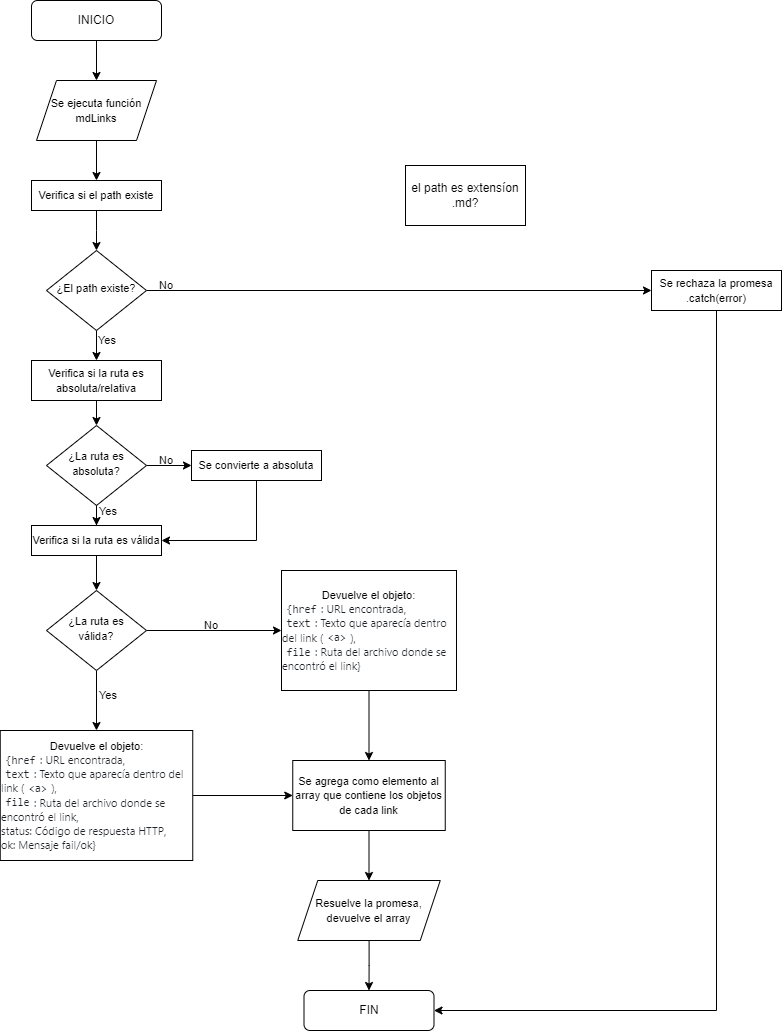
Aurapinilla/DEV009-md-links keeps this draw.io diagram as mdLinks Flow.drawio.png. Above is the earlier version. Source tidied: cells renumbered, new cells last; positions are measured from the earlier drawing's top-left corner, leaving out a move shared by most shapes.
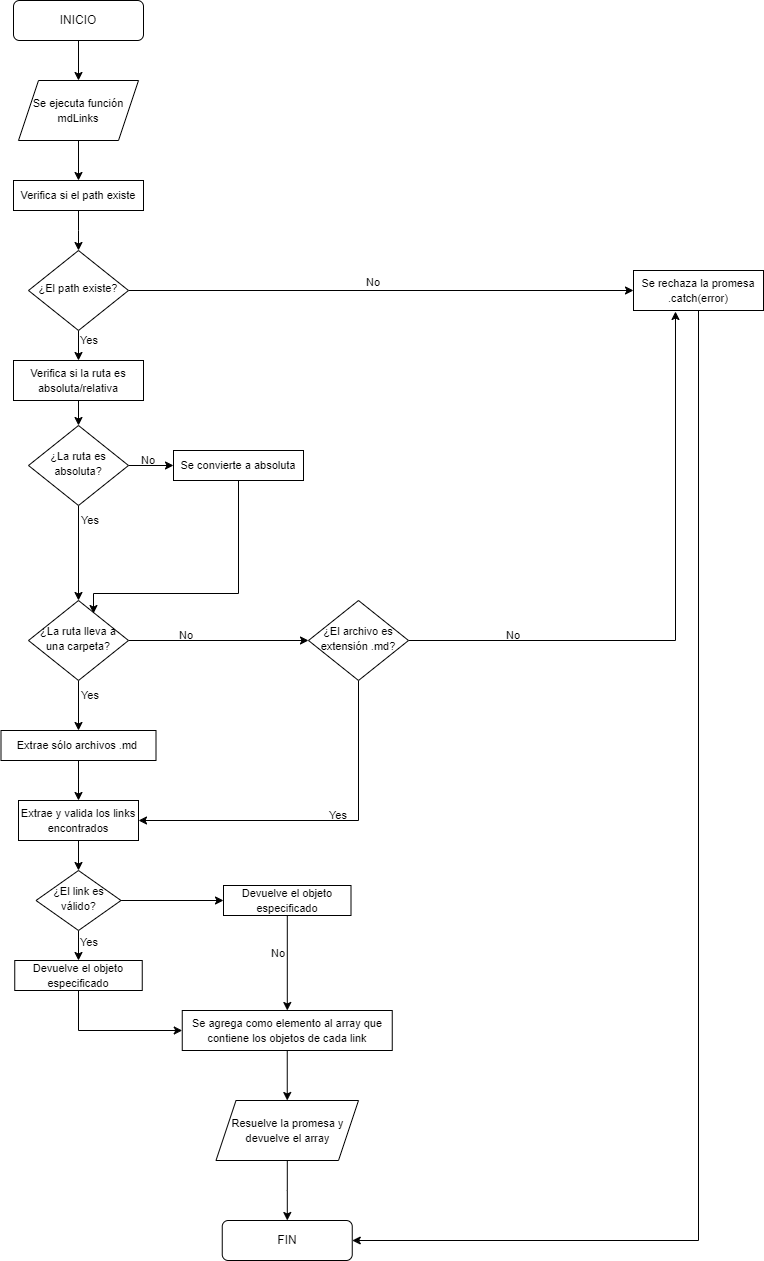
The same file after the commit.

What changed in the source:
```diff
@@ -46,53 +46,51 @@
     <mxCell id="15" style="edgeStyle=orthogonalEdgeStyle;rounded=0;jettySize=auto;html=1;" parent="1" edge="1" source="17" target="19">
       <mxGeometry relative="1" as="geometry" />
     </mxCell>
-    <mxCell id="16" style="edgeStyle=orthogonalEdgeStyle;rounded=0;jettySize=auto;html=1;" parent="1" edge="1" source="17" target="21">
-      <mxGeometry relative="1" as="geometry" />
-    </mxCell>
+    <mxCell id="41" style="edgeStyle=orthogonalEdgeStyle;rounded=0;jettySize=auto;html=1;exitX=0.5;exitY=1;exitDx=0;exitDy=0;entryX=0.5;entryY=0;entryDx=0;entryDy=0;" parent="1" edge="1" source="17" target="28">
+      <mxGeometry relative="1" as="geometry" />
+    </mxCell>
     <mxCell id="17" value="&lt;font style=&quot;font-size: 11px;&quot;&gt;¿La ruta es absoluta?&lt;/font&gt;" style="rhombus;whiteSpace=wrap;html=1;shadow=0;fontFamily=Helvetica;fontSize=12;align=center;strokeWidth=1;spacing=6;spacingTop=-4;" parent="1" vertex="1">
       <mxGeometry x="46" y="425" width="100" height="80" as="geometry" />
     </mxCell>
-    <mxCell id="18" style="edgeStyle=orthogonalEdgeStyle;rounded=0;jettySize=auto;html=1;entryX=1;entryY=0.5;entryDx=0;entryDy=0;exitX=0.5;exitY=1;exitDx=0;exitDy=0;" parent="1" edge="1" source="19" target="21">
-      <mxGeometry relative="1" as="geometry" />
+    <mxCell id="18" style="edgeStyle=orthogonalEdgeStyle;rounded=0;jettySize=auto;html=1;entryX=0.65;entryY=0.163;entryDx=0;entryDy=0;exitX=0.5;exitY=1;exitDx=0;exitDy=0;entryPerimeter=0;" parent="1" edge="1" source="19" target="28">
+      <mxGeometry relative="1" as="geometry">
+        <Array as="points">
+          <mxPoint x="256" y="593" />
+        </Array>
+      </mxGeometry>
     </mxCell>
     <mxCell id="19" value="&lt;font style=&quot;font-size: 11px;&quot;&gt;Se convierte a absoluta&lt;/font&gt;" style="rounded=0;whiteSpace=wrap;html=1;" parent="1" vertex="1">
       <mxGeometry x="191" y="450" width="130" height="30" as="geometry" />
     </mxCell>
-    <mxCell id="20" style="edgeStyle=orthogonalEdgeStyle;rounded=0;jettySize=auto;html=1;" parent="1" edge="1" source="21" target="28">
-      <mxGeometry relative="1" as="geometry" />
-    </mxCell>
-    <mxCell id="21" value="&lt;font style=&quot;font-size: 11px;&quot;&gt;Verifica si la ruta es válida&lt;/font&gt;" style="rounded=0;whiteSpace=wrap;html=1;" parent="1" vertex="1">
-      <mxGeometry x="31" y="525" width="130" height="30" as="geometry" />
-    </mxCell>
     <mxCell id="22" value="&lt;font style=&quot;font-size: 11px;&quot;&gt;Yes&lt;/font&gt;" style="text;html=1;strokeColor=none;fillColor=none;align=center;verticalAlign=middle;whiteSpace=wrap;rounded=0;" parent="1" vertex="1">
       <mxGeometry x="77" y="325" width="60" height="30" as="geometry" />
     </mxCell>
     <mxCell id="23" value="&lt;font style=&quot;font-size: 11px;&quot;&gt;Yes&lt;/font&gt;" style="text;html=1;strokeColor=none;fillColor=none;align=center;verticalAlign=middle;whiteSpace=wrap;rounded=0;" parent="1" vertex="1">
-      <mxGeometry x="78" y="496" width="60" height="30" as="geometry" />
+      <mxGeometry x="78" y="505" width="60" height="30" as="geometry" />
     </mxCell>
     <mxCell id="24" value="&lt;font style=&quot;font-size: 11px;&quot;&gt;No&lt;/font&gt;" style="text;html=1;strokeColor=none;fillColor=none;align=center;verticalAlign=middle;whiteSpace=wrap;rounded=0;" parent="1" vertex="1">
       <mxGeometry x="136" y="445" width="60" height="30" as="geometry" />
     </mxCell>
     <mxCell id="25" value="&lt;font style=&quot;font-size: 11px;&quot;&gt;No&lt;/font&gt;" style="text;html=1;strokeColor=none;fillColor=none;align=center;verticalAlign=middle;whiteSpace=wrap;rounded=0;" parent="1" vertex="1">
-      <mxGeometry x="136" y="270" width="60" height="30" as="geometry" />
+      <mxGeometry x="361" y="267" width="60" height="30" as="geometry" />
     </mxCell>
     <mxCell id="26" style="edgeStyle=orthogonalEdgeStyle;rounded=0;jettySize=auto;html=1;" parent="1" edge="1" source="28" target="30">
       <mxGeometry relative="1" as="geometry" />
     </mxCell>
-    <mxCell id="27" style="edgeStyle=orthogonalEdgeStyle;rounded=0;jettySize=auto;html=1;exitX=0.5;exitY=1;exitDx=0;exitDy=0;entryX=0.5;entryY=0;entryDx=0;entryDy=0;" parent="1" edge="1" source="28" target="34">
-      <mxGeometry relative="1" as="geometry" />
-    </mxCell>
+    <mxCell id="42" style="edgeStyle=orthogonalEdgeStyle;rounded=0;jettySize=auto;html=1;entryX=0;entryY=0.5;entryDx=0;entryDy=0;" parent="1" edge="1" source="28" target="46">
+      <mxGeometry relative="1" as="geometry" />
+    </mxCell>
-    <mxCell id="28" value="&lt;font style=&quot;font-size: 11px;&quot;&gt;¿La ruta es válida?&lt;/font&gt;" style="rhombus;whiteSpace=wrap;html=1;shadow=0;fontFamily=Helvetica;fontSize=12;align=center;strokeWidth=1;spacing=6;spacingTop=-4;" parent="1" vertex="1">
-      <mxGeometry x="46" y="590" width="100" height="80" as="geometry" />
+    <mxCell id="28" value="&lt;font style=&quot;font-size: 11px;&quot;&gt;¿La ruta lleva a una carpeta?&lt;/font&gt;" style="rhombus;whiteSpace=wrap;html=1;shadow=0;fontFamily=Helvetica;fontSize=12;align=center;strokeWidth=1;spacing=6;spacingTop=-4;" parent="1" vertex="1">
+      <mxGeometry x="46" y="600" width="100" height="80" as="geometry" />
     </mxCell>
-    <mxCell id="29" style="edgeStyle=orthogonalEdgeStyle;rounded=0;jettySize=auto;html=1;entryX=0.5;entryY=0;entryDx=0;entryDy=0;" parent="1" edge="1" source="30" target="36">
-      <mxGeometry relative="1" as="geometry" />
-    </mxCell>
+    <mxCell id="43" style="edgeStyle=orthogonalEdgeStyle;rounded=0;jettySize=auto;html=1;entryX=0.5;entryY=0;entryDx=0;entryDy=0;" parent="1" edge="1" source="30" target="49">
+      <mxGeometry relative="1" as="geometry" />
+    </mxCell>
-    <mxCell id="30" value="&lt;font style=&quot;font-size: 11px;&quot;&gt;Devuelve el objeto:&lt;br&gt;&lt;div style=&quot;text-align: left;&quot;&gt;&lt;code style=&quot;background-color: var(--bgColor-neutral-muted, var(--color-neutral-muted)); color: rgb(31, 35, 40); box-sizing: border-box; font-family: ui-monospace, SFMono-Regular, &amp;quot;SF Mono&amp;quot;, Menlo, Consolas, &amp;quot;Liberation Mono&amp;quot;, monospace; padding: 0.2em 0.4em; margin: 0px; border-radius: 6px;&quot;&gt;{href&lt;/code&gt;&lt;span style=&quot;background-color: rgb(255, 255, 255); color: rgb(31, 35, 40); font-family: -apple-system, BlinkMacSystemFont, &amp;quot;Segoe UI&amp;quot;, &amp;quot;Noto Sans&amp;quot;, Helvetica, Arial, sans-serif, &amp;quot;Apple Color Emoji&amp;quot;, &amp;quot;Segoe UI Emoji&amp;quot;;&quot;&gt;: URL encontrada,&lt;/span&gt;&lt;/div&gt;&lt;div style=&quot;text-align: left;&quot;&gt;&lt;code style=&quot;background-color: var(--bgColor-neutral-muted, var(--color-neutral-muted)); color: rgb(31, 35, 40); box-sizing: border-box; font-family: ui-monospace, SFMono-Regular, &amp;quot;SF Mono&amp;quot;, Menlo, Consolas, &amp;quot;Liberation Mono&amp;quot;, monospace; padding: 0.2em 0.4em; margin: 0px; border-radius: 6px;&quot;&gt;text&lt;/code&gt;&lt;span style=&quot;background-color: rgb(255, 255, 255); color: rgb(31, 35, 40); font-family: -apple-system, BlinkMacSystemFont, &amp;quot;Segoe UI&amp;quot;, &amp;quot;Noto Sans&amp;quot;, Helvetica, Arial, sans-serif, &amp;quot;Apple Color Emoji&amp;quot;, &amp;quot;Segoe UI Emoji&amp;quot;;&quot;&gt;: Texto que aparecía dentro del link (&lt;/span&gt;&lt;code style=&quot;background-color: var(--bgColor-neutral-muted, var(--color-neutral-muted)); color: rgb(31, 35, 40); box-sizing: border-box; font-family: ui-monospace, SFMono-Regular, &amp;quot;SF Mono&amp;quot;, Menlo, Consolas, &amp;quot;Liberation Mono&amp;quot;, monospace; padding: 0.2em 0.4em; margin: 0px; border-radius: 6px;&quot;&gt;&amp;lt;a&amp;gt;&lt;/code&gt;&lt;span style=&quot;background-color: rgb(255, 255, 255); color: rgb(31, 35, 40); font-family: -apple-system, BlinkMacSystemFont, &amp;quot;Segoe UI&amp;quot;, &amp;quot;Noto Sans&amp;quot;, Helvetica, Arial, sans-serif, &amp;quot;Apple Color Emoji&amp;quot;, &amp;quot;Segoe UI Emoji&amp;quot;;&quot;&gt;),&lt;/span&gt;&lt;/div&gt;&lt;div style=&quot;text-align: left;&quot;&gt;&lt;code style=&quot;background-color: var(--bgColor-neutral-muted, var(--color-neutral-muted)); color: rgb(31, 35, 40); box-sizing: border-box; font-family: ui-monospace, SFMono-Regular, &amp;quot;SF Mono&amp;quot;, Menlo, Consolas, &amp;quot;Liberation Mono&amp;quot;, monospace; padding: 0.2em 0.4em; margin: 0px; border-radius: 6px;&quot;&gt;file&lt;/code&gt;&lt;span style=&quot;background-color: rgb(255, 255, 255); color: rgb(31, 35, 40); font-family: -apple-system, BlinkMacSystemFont, &amp;quot;Segoe UI&amp;quot;, &amp;quot;Noto Sans&amp;quot;, Helvetica, Arial, sans-serif, &amp;quot;Apple Color Emoji&amp;quot;, &amp;quot;Segoe UI Emoji&amp;quot;;&quot;&gt;: Ruta del archivo donde se encontró el link}&lt;/span&gt;&lt;/div&gt;&lt;/font&gt;" style="rounded=0;whiteSpace=wrap;html=1;" parent="1" vertex="1">
-      <mxGeometry x="281" y="570" width="175" height="120" as="geometry" />
+    <mxCell id="30" value="&lt;span style=&quot;font-size: 11px;&quot;&gt;Extrae sólo archivos .md&amp;nbsp;&lt;/span&gt;" style="rounded=0;whiteSpace=wrap;html=1;" parent="1" vertex="1">
+      <mxGeometry x="18.5" y="730" width="155" height="30" as="geometry" />
     </mxCell>
     <mxCell id="31" value="&lt;font style=&quot;font-size: 11px;&quot;&gt;No&lt;/font&gt;" style="text;html=1;strokeColor=none;fillColor=none;align=center;verticalAlign=middle;whiteSpace=wrap;rounded=0;" parent="1" vertex="1">
-      <mxGeometry x="181" y="610" width="60" height="30" as="geometry" />
+      <mxGeometry x="173.5" y="620" width="60" height="30" as="geometry" />
     </mxCell>
     <mxCell id="32" value="&lt;font style=&quot;font-size: 11px;&quot;&gt;Yes&lt;/font&gt;" style="text;html=1;strokeColor=none;fillColor=none;align=center;verticalAlign=middle;whiteSpace=wrap;rounded=0;" parent="1" vertex="1">
       <mxGeometry x="78" y="680" width="60" height="30" as="geometry" />
@@ -100,26 +98,69 @@
     <mxCell id="33" style="edgeStyle=orthogonalEdgeStyle;rounded=0;jettySize=auto;html=1;" parent="1" edge="1" source="34" target="36">
       <mxGeometry relative="1" as="geometry" />
     </mxCell>
-    <mxCell id="34" value="&lt;font style=&quot;font-size: 11px;&quot;&gt;Devuelve el objeto:&lt;br&gt;&lt;div style=&quot;text-align: left;&quot;&gt;&lt;code style=&quot;background-color: var(--bgColor-neutral-muted, var(--color-neutral-muted)); color: rgb(31, 35, 40); box-sizing: border-box; font-family: ui-monospace, SFMono-Regular, &amp;quot;SF Mono&amp;quot;, Menlo, Consolas, &amp;quot;Liberation Mono&amp;quot;, monospace; padding: 0.2em 0.4em; margin: 0px; border-radius: 6px;&quot;&gt;{href&lt;/code&gt;&lt;span style=&quot;background-color: rgb(255, 255, 255); color: rgb(31, 35, 40); font-family: -apple-system, BlinkMacSystemFont, &amp;quot;Segoe UI&amp;quot;, &amp;quot;Noto Sans&amp;quot;, Helvetica, Arial, sans-serif, &amp;quot;Apple Color Emoji&amp;quot;, &amp;quot;Segoe UI Emoji&amp;quot;;&quot;&gt;: URL encontrada,&lt;/span&gt;&lt;/div&gt;&lt;div style=&quot;text-align: left;&quot;&gt;&lt;code style=&quot;background-color: var(--bgColor-neutral-muted, var(--color-neutral-muted)); color: rgb(31, 35, 40); box-sizing: border-box; font-family: ui-monospace, SFMono-Regular, &amp;quot;SF Mono&amp;quot;, Menlo, Consolas, &amp;quot;Liberation Mono&amp;quot;, monospace; padding: 0.2em 0.4em; margin: 0px; border-radius: 6px;&quot;&gt;text&lt;/code&gt;&lt;span style=&quot;background-color: rgb(255, 255, 255); color: rgb(31, 35, 40); font-family: -apple-system, BlinkMacSystemFont, &amp;quot;Segoe UI&amp;quot;, &amp;quot;Noto Sans&amp;quot;, Helvetica, Arial, sans-serif, &amp;quot;Apple Color Emoji&amp;quot;, &amp;quot;Segoe UI Emoji&amp;quot;;&quot;&gt;: Texto que aparecía dentro del link (&lt;/span&gt;&lt;code style=&quot;background-color: var(--bgColor-neutral-muted, var(--color-neutral-muted)); color: rgb(31, 35, 40); box-sizing: border-box; font-family: ui-monospace, SFMono-Regular, &amp;quot;SF Mono&amp;quot;, Menlo, Consolas, &amp;quot;Liberation Mono&amp;quot;, monospace; padding: 0.2em 0.4em; margin: 0px; border-radius: 6px;&quot;&gt;&amp;lt;a&amp;gt;&lt;/code&gt;&lt;span style=&quot;background-color: rgb(255, 255, 255); color: rgb(31, 35, 40); font-family: -apple-system, BlinkMacSystemFont, &amp;quot;Segoe UI&amp;quot;, &amp;quot;Noto Sans&amp;quot;, Helvetica, Arial, sans-serif, &amp;quot;Apple Color Emoji&amp;quot;, &amp;quot;Segoe UI Emoji&amp;quot;;&quot;&gt;),&lt;/span&gt;&lt;/div&gt;&lt;div style=&quot;text-align: left;&quot;&gt;&lt;code style=&quot;background-color: var(--bgColor-neutral-muted, var(--color-neutral-muted)); color: rgb(31, 35, 40); box-sizing: border-box; font-family: ui-monospace, SFMono-Regular, &amp;quot;SF Mono&amp;quot;, Menlo, Consolas, &amp;quot;Liberation Mono&amp;quot;, monospace; padding: 0.2em 0.4em; margin: 0px; border-radius: 6px;&quot;&gt;file&lt;/code&gt;&lt;span style=&quot;background-color: rgb(255, 255, 255); color: rgb(31, 35, 40); font-family: -apple-system, BlinkMacSystemFont, &amp;quot;Segoe UI&amp;quot;, &amp;quot;Noto Sans&amp;quot;, Helvetica, Arial, sans-serif, &amp;quot;Apple Color Emoji&amp;quot;, &amp;quot;Segoe UI Emoji&amp;quot;;&quot;&gt;: Ruta del archivo donde se encontró el link,&lt;/span&gt;&lt;/div&gt;&lt;div style=&quot;text-align: left;&quot;&gt;&lt;span style=&quot;background-color: rgb(255, 255, 255); color: rgb(31, 35, 40); font-family: -apple-system, BlinkMacSystemFont, &amp;quot;Segoe UI&amp;quot;, &amp;quot;Noto Sans&amp;quot;, Helvetica, Arial, sans-serif, &amp;quot;Apple Color Emoji&amp;quot;, &amp;quot;Segoe UI Emoji&amp;quot;;&quot;&gt;status: Código de respuesta HTTP,&lt;/span&gt;&lt;/div&gt;&lt;div style=&quot;text-align: left;&quot;&gt;&lt;span style=&quot;background-color: rgb(255, 255, 255); color: rgb(31, 35, 40); font-family: -apple-system, BlinkMacSystemFont, &amp;quot;Segoe UI&amp;quot;, &amp;quot;Noto Sans&amp;quot;, Helvetica, Arial, sans-serif, &amp;quot;Apple Color Emoji&amp;quot;, &amp;quot;Segoe UI Emoji&amp;quot;;&quot;&gt;ok: Mensaje fail/ok}&lt;/span&gt;&lt;/div&gt;&lt;/font&gt;" style="rounded=0;whiteSpace=wrap;html=1;" parent="1" vertex="1">
-      <mxGeometry x="-0.2" y="730" width="192.5" height="130" as="geometry" />
+    <mxCell id="34" value="&lt;span style=&quot;font-size: 11px;&quot;&gt;Devuelve el objeto especificado&lt;/span&gt;" style="rounded=0;whiteSpace=wrap;html=1;" parent="1" vertex="1">
+      <mxGeometry x="241" y="885" width="127.5" height="30" as="geometry" />
     </mxCell>
-    <mxCell id="35" style="edgeStyle=orthogonalEdgeStyle;rounded=0;jettySize=auto;html=1;" parent="1" edge="1" source="36" target="38">
+    <mxCell id="35" style="edgeStyle=orthogonalEdgeStyle;rounded=0;jettySize=auto;html=1;entryX=0.5;entryY=0;entryDx=0;entryDy=0;" parent="1" edge="1" source="36" target="38">
       <mxGeometry relative="1" as="geometry" />
     </mxCell>
     <mxCell id="36" value="&lt;font style=&quot;font-size: 11px;&quot;&gt;Se agrega como elemento al array que contiene los objetos de cada link&lt;/font&gt;" style="rounded=0;whiteSpace=wrap;html=1;" parent="1" vertex="1">
-      <mxGeometry x="292.2" y="760" width="152.5" height="70" as="geometry" />
+      <mxGeometry x="199.8" y="1010" width="210" height="40" as="geometry" />
     </mxCell>
     <mxCell id="37" style="edgeStyle=orthogonalEdgeStyle;rounded=0;jettySize=auto;html=1;" parent="1" edge="1" source="38" target="39">
       <mxGeometry relative="1" as="geometry" />
     </mxCell>
-    <mxCell id="38" value="&lt;font style=&quot;font-size: 11px;&quot;&gt;Resuelve la promesa, devuelve el array&lt;/font&gt;" style="shape=parallelogram;perimeter=parallelogramPerimeter;whiteSpace=wrap;html=1;fixedSize=1;" parent="1" vertex="1">
-      <mxGeometry x="297.2" y="880" width="142.5" height="60" as="geometry" />
+    <mxCell id="38" value="&lt;font style=&quot;font-size: 11px;&quot;&gt;Resuelve la promesa y devuelve el array&lt;/font&gt;" style="shape=parallelogram;perimeter=parallelogramPerimeter;whiteSpace=wrap;html=1;fixedSize=1;" parent="1" vertex="1">
+      <mxGeometry x="233.5" y="1100" width="142.5" height="60" as="geometry" />
     </mxCell>
     <mxCell id="39" value="FIN" style="rounded=1;whiteSpace=wrap;html=1;fontSize=12;glass=0;strokeWidth=1;shadow=0;" parent="1" vertex="1">
-      <mxGeometry x="303.5" y="990" width="130" height="40" as="geometry" />
+      <mxGeometry x="239.8" y="1220" width="130" height="40" as="geometry" />
     </mxCell>
-    <mxCell id="40" value="el path es extensíon .md?" style="rounded=0;whiteSpace=wrap;html=1;" parent="1" vertex="1">
-      <mxGeometry x="405" y="165" width="120" height="60" as="geometry" />
-    </mxCell>
+    <mxCell id="44" style="edgeStyle=orthogonalEdgeStyle;rounded=0;jettySize=auto;html=1;entryX=1;entryY=0.5;entryDx=0;entryDy=0;" parent="1" edge="1" source="46" target="49">
+      <mxGeometry relative="1" as="geometry">
+        <Array as="points">
+          <mxPoint x="376" y="820" />
+        </Array>
+      </mxGeometry>
+    </mxCell>
+    <mxCell id="45" style="edgeStyle=orthogonalEdgeStyle;rounded=0;jettySize=auto;html=1;entryX=0.323;entryY=1.025;entryDx=0;entryDy=0;entryPerimeter=0;" parent="1" edge="1" source="46" target="11">
+      <mxGeometry relative="1" as="geometry" />
+    </mxCell>
+    <mxCell id="46" value="&lt;font style=&quot;font-size: 11px;&quot;&gt;¿El archivo es extensión .md?&lt;/font&gt;" style="rhombus;whiteSpace=wrap;html=1;shadow=0;fontFamily=Helvetica;fontSize=12;align=center;strokeWidth=1;spacing=6;spacingTop=-4;" parent="1" vertex="1">
+      <mxGeometry x="326" y="600" width="100" height="80" as="geometry" />
+    </mxCell>
+    <mxCell id="47" value="&lt;font style=&quot;font-size: 11px;&quot;&gt;No&lt;/font&gt;" style="text;html=1;strokeColor=none;fillColor=none;align=center;verticalAlign=middle;whiteSpace=wrap;rounded=0;" parent="1" vertex="1">
+      <mxGeometry x="501" y="620" width="60" height="30" as="geometry" />
+    </mxCell>
+    <mxCell id="48" style="edgeStyle=orthogonalEdgeStyle;rounded=0;jettySize=auto;html=1;" parent="1" edge="1" source="49" target="53">
+      <mxGeometry relative="1" as="geometry" />
+    </mxCell>
+    <mxCell id="49" value="&lt;font style=&quot;font-size: 11px;&quot;&gt;Extrae y valida los links encontrados&lt;/font&gt;" style="rounded=0;whiteSpace=wrap;html=1;" parent="1" vertex="1">
+      <mxGeometry x="36" y="800" width="120" height="40" as="geometry" />
+    </mxCell>
+    <mxCell id="50" value="&lt;font style=&quot;font-size: 11px;&quot;&gt;Yes&lt;/font&gt;" style="text;html=1;strokeColor=none;fillColor=none;align=center;verticalAlign=middle;whiteSpace=wrap;rounded=0;" parent="1" vertex="1">
+      <mxGeometry x="326" y="800" width="60" height="30" as="geometry" />
+    </mxCell>
+    <mxCell id="51" style="edgeStyle=orthogonalEdgeStyle;rounded=0;jettySize=auto;html=1;entryX=0;entryY=0.5;entryDx=0;entryDy=0;" parent="1" edge="1" source="53" target="34">
+      <mxGeometry relative="1" as="geometry" />
+    </mxCell>
+    <mxCell id="52" style="edgeStyle=orthogonalEdgeStyle;rounded=0;jettySize=auto;html=1;exitX=0.5;exitY=1;exitDx=0;exitDy=0;entryX=0.5;entryY=0;entryDx=0;entryDy=0;" parent="1" edge="1" source="53" target="55">
+      <mxGeometry relative="1" as="geometry" />
+    </mxCell>
+    <mxCell id="53" value="&lt;font style=&quot;font-size: 11px;&quot;&gt;¿El link es válido?&lt;/font&gt;" style="rhombus;whiteSpace=wrap;html=1;shadow=0;fontFamily=Helvetica;fontSize=12;align=center;strokeWidth=1;spacing=6;spacingTop=-4;" parent="1" vertex="1">
+      <mxGeometry x="53.5" y="870" width="85" height="60" as="geometry" />
+    </mxCell>
+    <mxCell id="54" style="edgeStyle=orthogonalEdgeStyle;rounded=0;jettySize=auto;html=1;entryX=0;entryY=0.5;entryDx=0;entryDy=0;exitX=0.5;exitY=1;exitDx=0;exitDy=0;" parent="1" edge="1" source="55" target="36">
+      <mxGeometry relative="1" as="geometry" />
+    </mxCell>
+    <mxCell id="55" value="&lt;span style=&quot;font-size: 11px;&quot;&gt;Devuelve el objeto especificado&lt;/span&gt;" style="rounded=0;whiteSpace=wrap;html=1;" parent="1" vertex="1">
+      <mxGeometry x="32.2" y="960" width="127.5" height="30" as="geometry" />
+    </mxCell>
+    <mxCell id="56" value="&lt;font style=&quot;font-size: 11px;&quot;&gt;Yes&lt;/font&gt;" style="text;html=1;strokeColor=none;fillColor=none;align=center;verticalAlign=middle;whiteSpace=wrap;rounded=0;" parent="1" vertex="1">
+      <mxGeometry x="77" y="927" width="60" height="30" as="geometry" />
+    </mxCell>
+    <mxCell id="57" value="&lt;font style=&quot;font-size: 11px;&quot;&gt;No&lt;/font&gt;" style="text;html=1;strokeColor=none;fillColor=none;align=center;verticalAlign=middle;whiteSpace=wrap;rounded=0;" parent="1" vertex="1">
+      <mxGeometry x="266" y="938" width="60" height="30" as="geometry" />
+    </mxCell>
   </root>
 </mxGraphModel>
```
